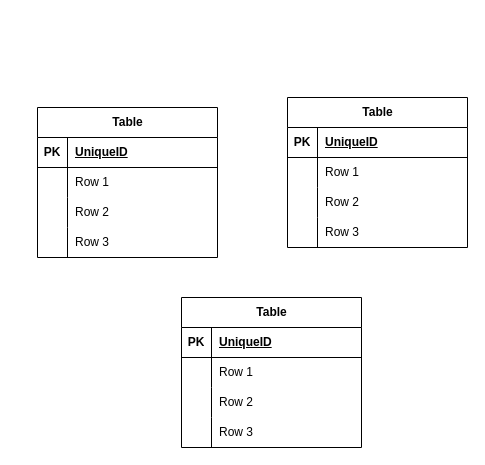
Earlier version of the draw.io diagram Diagrama sem nome.drawio (tifanymoreira/BANCO_DE_DADOS). Source tidied: cells renumbered, new cells numbered last; positions are measured from the earlier drawing's top-left corner, leaving out a move shared by most shapes. Both pictures are drawn from the tidied source at 100%, with x=0, y=0 at pixel (37, 97).
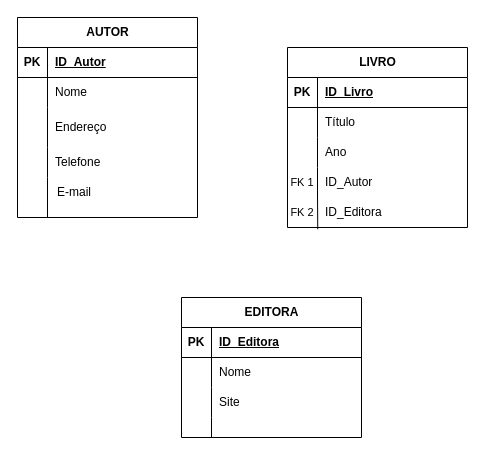
The same diagram, later.

Unchanged cells that the change refers to:
```xml
<mxCell id="3" style="shape=tableRow;horizontal=0;startSize=0;swimlaneHead=0;swimlaneBody=0;fillColor=none;top=0;left=0;right=0;bottom=1;" parent="2" vertex="1">
  <mxGeometry y="30" width="180" height="30" as="geometry" />
</mxCell>
<mxCell id="6" style="shape=tableRow;horizontal=0;startSize=0;swimlaneHead=0;swimlaneBody=0;fillColor=none;top=0;left=0;right=0;bottom=0;" parent="2" vertex="1">
  <mxGeometry y="60" width="180" height="30" as="geometry" />
</mxCell>
<mxCell id="16" style="shape=tableRow;horizontal=0;startSize=0;swimlaneHead=0;swimlaneBody=0;fillColor=none;top=0;left=0;right=0;bottom=1;" parent="15" vertex="1">
  <mxGeometry y="30" width="180" height="30" as="geometry" />
</mxCell>
<mxCell id="19" style="shape=tableRow;horizontal=0;startSize=0;swimlaneHead=0;swimlaneBody=0;fillColor=none;top=0;left=0;right=0;bottom=0;" parent="15" vertex="1">
  <mxGeometry y="60" width="180" height="30" as="geometry" />
</mxCell>
<mxCell id="22" style="shape=tableRow;horizontal=0;startSize=0;swimlaneHead=0;swimlaneBody=0;fillColor=none;top=0;left=0;right=0;bottom=0;" parent="15" vertex="1">
  <mxGeometry y="90" width="180" height="30" as="geometry" />
</mxCell>
<mxCell id="25" style="shape=tableRow;horizontal=0;startSize=0;swimlaneHead=0;swimlaneBody=0;fillColor=none;top=0;left=0;right=0;bottom=0;" parent="15" vertex="1">
  <mxGeometry y="120" width="180" height="30" as="geometry" />
</mxCell>
<mxCell id="29" style="shape=tableRow;horizontal=0;startSize=0;swimlaneHead=0;swimlaneBody=0;fillColor=none;top=0;left=0;right=0;bottom=1;" parent="28" vertex="1">
  <mxGeometry y="30" width="180" height="30" as="geometry" />
</mxCell>
<mxCell id="32" style="shape=tableRow;horizontal=0;startSize=0;swimlaneHead=0;swimlaneBody=0;fillColor=none;top=0;left=0;right=0;bottom=0;" parent="28" vertex="1">
  <mxGeometry y="60" width="180" height="30" as="geometry" />
</mxCell>
<mxCell id="35" style="shape=tableRow;horizontal=0;startSize=0;swimlaneHead=0;swimlaneBody=0;fillColor=none;top=0;left=0;right=0;bottom=0;" parent="28" vertex="1">
  <mxGeometry y="90" width="180" height="30" as="geometry" />
</mxCell>
```

Change to the diagram source:
```diff
@@
-    <mxCell id="2" value="Table" style="shape=table;startSize=30;childLayout=tableLayout;rowLines=0;fontStyle=1;align=center;html=1;" parent="1" vertex="1">
-      <mxGeometry y="10" width="180" height="150" as="geometry" />
+    <mxCell id="2" value="AUTOR" style="shape=table;startSize=30;childLayout=tableLayout;rowLines=0;fontStyle=1;align=center;html=1;" parent="1" vertex="1">
+      <mxGeometry x="-20" y="-80" width="180" height="200" as="geometry" />
     </mxCell>
@@
-    <mxCell id="5" value="UniqueID" style="shape=partialRectangle;fillColor=none;top=0;left=0;bottom=0;right=0;align=left;spacingLeft=6;fontStyle=5;overflow=hidden;whiteSpace=wrap;html=1;" parent="3" vertex="1">
+    <mxCell id="5" value="ID_Autor" style="shape=partialRectangle;fillColor=none;top=0;left=0;bottom=0;right=0;align=left;spacingLeft=6;fontStyle=5;overflow=hidden;whiteSpace=wrap;html=1;" parent="3" vertex="1">
       <mxGeometry x="30" width="150" height="30" as="geometry" />
     </mxCell>
@@
-    <mxCell id="8" value="Row 1" style="shape=partialRectangle;fillColor=none;top=0;left=0;bottom=0;right=0;align=left;spacingLeft=6;overflow=hidden;whiteSpace=wrap;html=1;" parent="6" vertex="1">
+    <mxCell id="8" value="Nome" style="shape=partialRectangle;fillColor=none;top=0;left=0;bottom=0;right=0;align=left;spacingLeft=6;overflow=hidden;whiteSpace=wrap;html=1;" parent="6" vertex="1">
       <mxGeometry x="30" width="150" height="30" as="geometry" />
     </mxCell>
     <mxCell id="9" style="shape=tableRow;horizontal=0;startSize=0;swimlaneHead=0;swimlaneBody=0;fillColor=none;top=0;left=0;right=0;bottom=0;" parent="2" vertex="1">
-      <mxGeometry y="90" width="180" height="30" as="geometry" />
+      <mxGeometry y="90" width="180" height="40" as="geometry" />
     </mxCell>
     <mxCell id="10" style="shape=partialRectangle;fillColor=none;top=0;left=0;bottom=0;right=0;overflow=hidden;whiteSpace=wrap;html=1;" parent="9" vertex="1">
-      <mxGeometry width="30" height="30" as="geometry" />
+      <mxGeometry width="30" height="40" as="geometry" />
     </mxCell>
-    <mxCell id="11" value="Row 2" style="shape=partialRectangle;fillColor=none;top=0;left=0;bottom=0;right=0;align=left;spacingLeft=6;overflow=hidden;whiteSpace=wrap;html=1;" parent="9" vertex="1">
-      <mxGeometry x="30" width="150" height="30" as="geometry" />
+    <mxCell id="11" value="Endereço" style="shape=partialRectangle;fillColor=none;top=0;left=0;bottom=0;right=0;align=left;spacingLeft=6;overflow=hidden;whiteSpace=wrap;html=1;" parent="9" vertex="1">
+      <mxGeometry x="30" width="150" height="40" as="geometry" />
     </mxCell>
     <mxCell id="12" style="shape=tableRow;horizontal=0;startSize=0;swimlaneHead=0;swimlaneBody=0;fillColor=none;top=0;left=0;right=0;bottom=0;" parent="2" vertex="1">
-      <mxGeometry y="120" width="180" height="30" as="geometry" />
+      <mxGeometry y="130" width="180" height="30" as="geometry" />
     </mxCell>
@@
-    <mxCell id="14" value="Row 3" style="shape=partialRectangle;fillColor=none;top=0;left=0;bottom=0;right=0;align=left;spacingLeft=6;overflow=hidden;whiteSpace=wrap;html=1;" parent="12" vertex="1">
+    <mxCell id="14" value="Telefone" style="shape=partialRectangle;fillColor=none;top=0;left=0;bottom=0;right=0;align=left;spacingLeft=6;overflow=hidden;whiteSpace=wrap;html=1;" parent="12" vertex="1">
       <mxGeometry x="30" width="150" height="30" as="geometry" />
     </mxCell>
-    <mxCell id="15" value="Table" style="shape=table;startSize=30;childLayout=tableLayout;rowLines=0;fontStyle=1;align=center;html=1;" parent="1" vertex="1">
-      <mxGeometry x="250" width="180" height="150" as="geometry" />
+    <mxCell id="15" value="LIVRO" style="shape=table;startSize=30;childLayout=tableLayout;rowLines=0;fontStyle=1;align=center;html=1;" parent="1" vertex="1">
+      <mxGeometry x="250" y="-50" width="180" height="180" as="geometry" />
     </mxCell>
@@
-    <mxCell id="18" value="UniqueID" style="shape=partialRectangle;fillColor=none;top=0;left=0;bottom=0;right=0;align=left;spacingLeft=6;fontStyle=5;overflow=hidden;whiteSpace=wrap;html=1;" parent="16" vertex="1">
+    <mxCell id="18" value="ID_Livro" style="shape=partialRectangle;fillColor=none;top=0;left=0;bottom=0;right=0;align=left;spacingLeft=6;fontStyle=5;overflow=hidden;whiteSpace=wrap;html=1;" parent="16" vertex="1">
       <mxGeometry x="30" width="150" height="30" as="geometry" />
     </mxCell>
@@
-    <mxCell id="21" value="Row 1" style="shape=partialRectangle;fillColor=none;top=0;left=0;bottom=0;right=0;align=left;spacingLeft=6;overflow=hidden;whiteSpace=wrap;html=1;" parent="19" vertex="1">
+    <mxCell id="21" value="Título" style="shape=partialRectangle;fillColor=none;top=0;left=0;bottom=0;right=0;align=left;spacingLeft=6;overflow=hidden;whiteSpace=wrap;html=1;" parent="19" vertex="1">
       <mxGeometry x="30" width="150" height="30" as="geometry" />
     </mxCell>
@@
-    <mxCell id="24" value="Row 2" style="shape=partialRectangle;fillColor=none;top=0;left=0;bottom=0;right=0;align=left;spacingLeft=6;overflow=hidden;whiteSpace=wrap;html=1;" parent="22" vertex="1">
+    <mxCell id="24" value="Ano" style="shape=partialRectangle;fillColor=none;top=0;left=0;bottom=0;right=0;align=left;spacingLeft=6;overflow=hidden;whiteSpace=wrap;html=1;" parent="22" vertex="1">
       <mxGeometry x="30" width="150" height="30" as="geometry" />
     </mxCell>
@@
-    <mxCell id="26" style="shape=partialRectangle;fillColor=none;top=0;left=0;bottom=0;right=0;overflow=hidden;whiteSpace=wrap;html=1;" parent="25" vertex="1">
+    <mxCell id="26" value="&lt;font style=&quot;font-size: 11px;&quot;&gt;FK 1&lt;/font&gt;" style="shape=partialRectangle;fillColor=none;top=0;left=0;bottom=0;right=0;overflow=hidden;whiteSpace=wrap;html=1;" parent="25" vertex="1">
       <mxGeometry width="30" height="30" as="geometry" />
     </mxCell>
-    <mxCell id="27" value="Row 3" style="shape=partialRectangle;fillColor=none;top=0;left=0;bottom=0;right=0;align=left;spacingLeft=6;overflow=hidden;whiteSpace=wrap;html=1;" parent="25" vertex="1">
+    <mxCell id="27" value="ID_Autor" style="shape=partialRectangle;fillColor=none;top=0;left=0;bottom=0;right=0;align=left;spacingLeft=6;overflow=hidden;whiteSpace=wrap;html=1;" parent="25" vertex="1">
       <mxGeometry x="30" width="150" height="30" as="geometry" />
     </mxCell>
-    <mxCell id="28" value="Table" style="shape=table;startSize=30;childLayout=tableLayout;rowLines=0;fontStyle=1;align=center;html=1;" parent="1" vertex="1">
-      <mxGeometry x="144" y="200" width="180" height="150" as="geometry" />
+    <mxCell id="28" value="EDITORA" style="shape=table;startSize=30;childLayout=tableLayout;rowLines=0;fontStyle=1;align=center;html=1;" parent="1" vertex="1">
+      <mxGeometry x="144" y="200" width="180" height="140" as="geometry" />
     </mxCell>
@@
-    <mxCell id="31" value="UniqueID" style="shape=partialRectangle;fillColor=none;top=0;left=0;bottom=0;right=0;align=left;spacingLeft=6;fontStyle=5;overflow=hidden;whiteSpace=wrap;html=1;" parent="29" vertex="1">
+    <mxCell id="31" value="ID_Editora" style="shape=partialRectangle;fillColor=none;top=0;left=0;bottom=0;right=0;align=left;spacingLeft=6;fontStyle=5;overflow=hidden;whiteSpace=wrap;html=1;" parent="29" vertex="1">
       <mxGeometry x="30" width="150" height="30" as="geometry" />
     </mxCell>
@@
-    <mxCell id="34" value="Row 1" style="shape=partialRectangle;fillColor=none;top=0;left=0;bottom=0;right=0;align=left;spacingLeft=6;overflow=hidden;whiteSpace=wrap;html=1;" parent="32" vertex="1">
+    <mxCell id="34" value="Nome" style="shape=partialRectangle;fillColor=none;top=0;left=0;bottom=0;right=0;align=left;spacingLeft=6;overflow=hidden;whiteSpace=wrap;html=1;" parent="32" vertex="1">
       <mxGeometry x="30" width="150" height="30" as="geometry" />
     </mxCell>
@@
-    <mxCell id="37" value="Row 2" style="shape=partialRectangle;fillColor=none;top=0;left=0;bottom=0;right=0;align=left;spacingLeft=6;overflow=hidden;whiteSpace=wrap;html=1;" parent="35" vertex="1">
+    <mxCell id="37" value="Site" style="shape=partialRectangle;fillColor=none;top=0;left=0;bottom=0;right=0;align=left;spacingLeft=6;overflow=hidden;whiteSpace=wrap;html=1;" parent="35" vertex="1">
       <mxGeometry x="30" width="150" height="30" as="geometry" />
     </mxCell>
     <mxCell id="38" style="shape=tableRow;horizontal=0;startSize=0;swimlaneHead=0;swimlaneBody=0;fillColor=none;top=0;left=0;right=0;bottom=0;" parent="28" vertex="1">
-      <mxGeometry y="120" width="180" height="30" as="geometry" />
+      <mxGeometry y="120" width="180" height="20" as="geometry" />
     </mxCell>
     <mxCell id="39" style="shape=partialRectangle;fillColor=none;top=0;left=0;bottom=0;right=0;overflow=hidden;whiteSpace=wrap;html=1;" parent="38" vertex="1">
-      <mxGeometry width="30" height="30" as="geometry" />
+      <mxGeometry width="30" height="20" as="geometry" />
     </mxCell>
-    <mxCell id="40" value="Row 3" style="shape=partialRectangle;fillColor=none;top=0;left=0;bottom=0;right=0;align=left;spacingLeft=6;overflow=hidden;whiteSpace=wrap;html=1;" parent="38" vertex="1">
-      <mxGeometry x="30" width="150" height="30" as="geometry" />
+    <mxCell id="40" style="shape=partialRectangle;fillColor=none;top=0;left=0;bottom=0;right=0;align=left;spacingLeft=6;overflow=hidden;whiteSpace=wrap;html=1;" parent="38" vertex="1">
+      <mxGeometry x="30" width="150" height="20" as="geometry" />
     </mxCell>
+    <mxCell id="41" value="E-mail" style="shape=partialRectangle;fillColor=none;top=0;left=0;bottom=0;right=0;align=left;spacingLeft=6;overflow=hidden;whiteSpace=wrap;html=1;" parent="1" vertex="1">
+      <mxGeometry x="12" y="80" width="150" height="30" as="geometry" />
+    </mxCell>
+    <mxCell id="42" style="shape=tableRow;horizontal=0;startSize=0;swimlaneHead=0;swimlaneBody=0;fillColor=none;points=[[0,0.5],[1,0.5]];portConstraint=eastwest;top=0;left=0;right=0;bottom=0;" parent="1" vertex="1">
+      <mxGeometry x="250" y="100" width="180" height="30" as="geometry" />
+    </mxCell>
+    <mxCell id="43" value="&lt;font style=&quot;font-size: 11px;&quot;&gt;FK 2&lt;/font&gt;" style="shape=partialRectangle;fillColor=none;top=0;left=0;bottom=0;right=0;overflow=hidden;whiteSpace=wrap;html=1;" parent="42" vertex="1">
+      <mxGeometry width="30" height="30" as="geometry" />
+    </mxCell>
+    <mxCell id="44" value="ID_Editora" style="shape=partialRectangle;fillColor=none;top=0;left=0;bottom=0;right=0;align=left;spacingLeft=6;overflow=hidden;whiteSpace=wrap;html=1;" parent="42" vertex="1">
+      <mxGeometry x="30" width="150" height="30" as="geometry" />
+    </mxCell>
+    <mxCell id="45" style="endArrow=none;html=1;rounded=0;" parent="1" edge="1">
+      <mxGeometry relative="1" as="geometry">
+        <mxPoint x="10" y="80" as="sourcePoint" />
+        <mxPoint x="10" y="120" as="targetPoint" />
+      </mxGeometry>
+    </mxCell>
+    <mxCell id="46" style="html=1;whiteSpace=wrap;align=right;verticalAlign=bottom;" parent="45" vertex="1">
+      <mxGeometry x="1" relative="1" as="geometry" />
+    </mxCell>
+    <mxCell id="47" style="endArrow=none;html=1;rounded=0;entryX=0.168;entryY=1.059;entryDx=0;entryDy=0;entryPerimeter=0;" parent="1" edge="1" target="42">
+      <mxGeometry relative="1" as="geometry">
+        <mxPoint x="280" y="95" as="sourcePoint" />
+      </mxGeometry>
+    </mxCell>
+    <mxCell id="48" style="html=1;whiteSpace=wrap;align=right;verticalAlign=bottom;" parent="47" vertex="1">
+      <mxGeometry x="1" relative="1" as="geometry" />
+    </mxCell>
```
